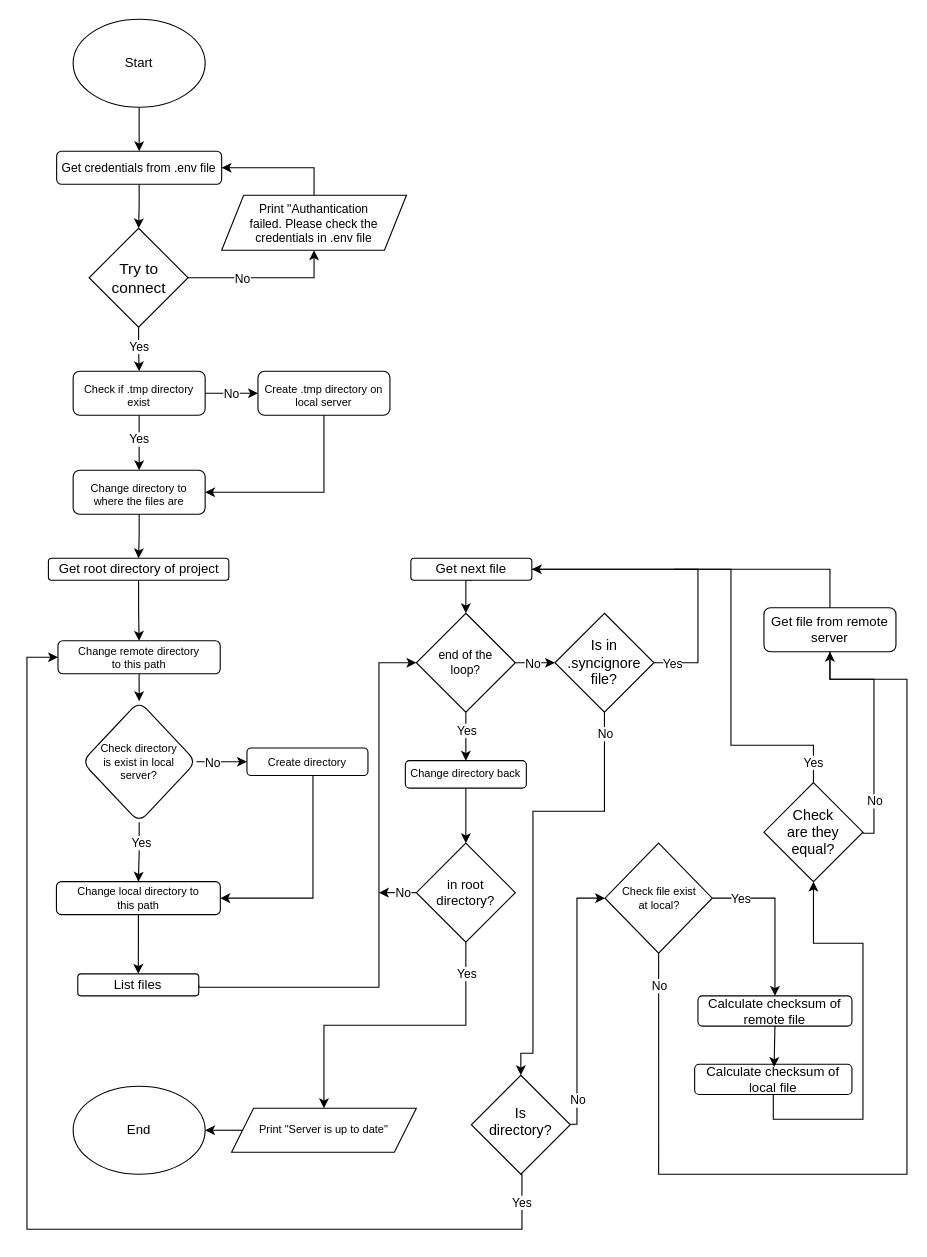
Above: sync.drawio in melihkaragoz/docs (draw.io), before the change. Source tidied: cells renumbered, new cells numbered last; positions are measured from the earlier drawing's top-left corner, leaving out a move shared by most shapes. Both pictures are drawn from the tidied source at 110%, with x=0, y=0 at pixel (26, 19).
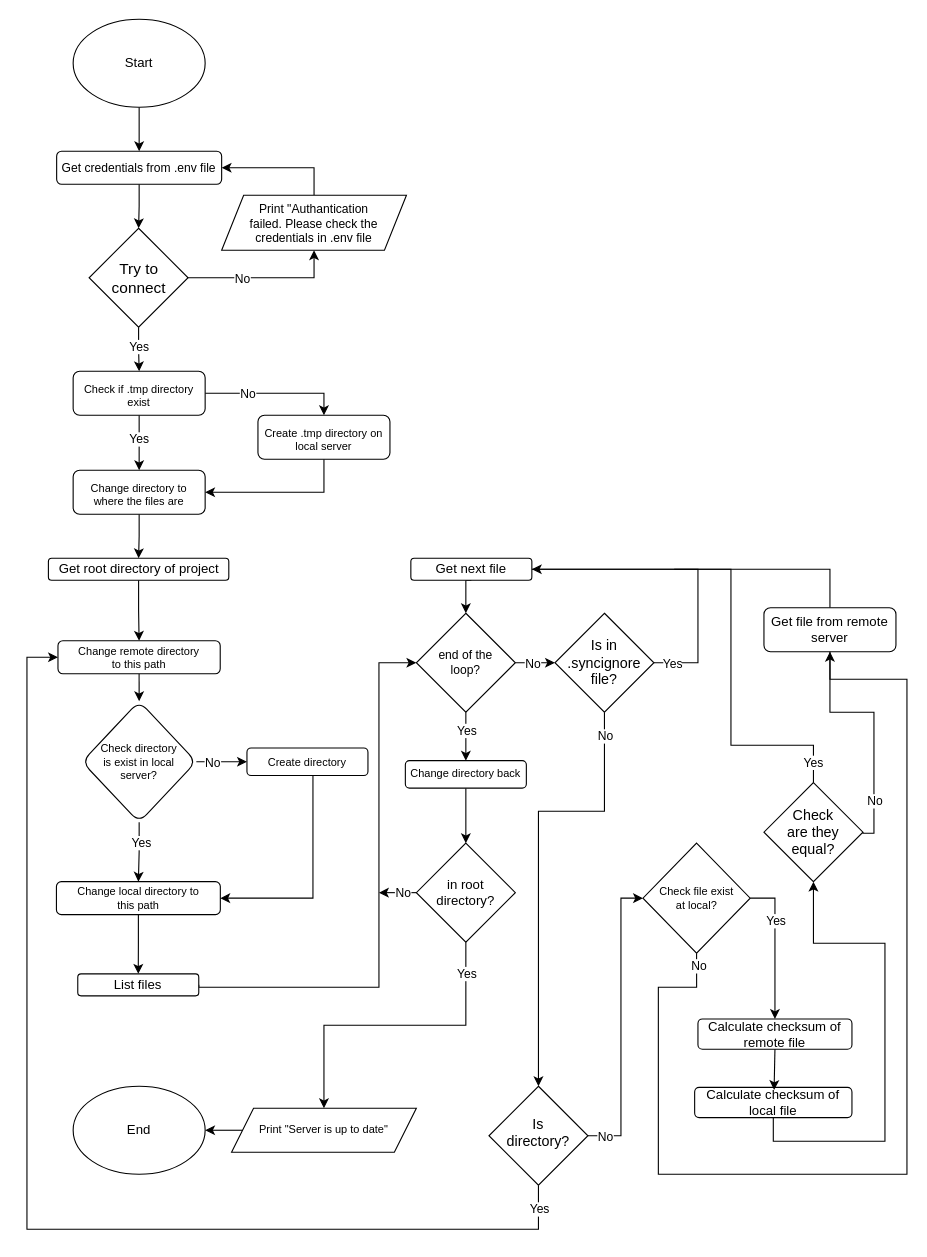
After the change.

The change refers to these unchanged cells:
```xml
<mxCell id="24" value="Get file from remote server" style="rounded=1;whiteSpace=wrap;html=1;fontSize=12;glass=0;strokeWidth=1;shadow=0;rotation=0;" parent="1" vertex="1">
  <mxGeometry x="670" y="535" width="120" height="40" as="geometry" />
</mxCell>
<mxCell id="33" value="Check are they equal?" style="rhombus;whiteSpace=wrap;html=1;fontSize=13;spacing=18;" parent="1" vertex="1">
  <mxGeometry x="670" y="694" width="90" height="90" as="geometry" />
</mxCell>
<mxCell id="34" style="edgeStyle=orthogonalEdgeStyle;rounded=0;jettySize=auto;html=1;exitX=1;exitY=0.5;exitDx=0;exitDy=0;entryX=0.5;entryY=0;entryDx=0;entryDy=0;" parent="1" edge="1" source="38" target="27">
  <mxGeometry relative="1" as="geometry">
    <Array as="points">
      <mxPoint x="680" y="799" />
    </Array>
  </mxGeometry>
</mxCell>
<mxCell id="42" value="Is in .syncignore file?" style="rhombus;whiteSpace=wrap;html=1;fontSize=13;spacing=18;" parent="1" vertex="1">
  <mxGeometry x="480" y="540" width="90" height="90" as="geometry" />
</mxCell>
<mxCell id="47" value="Check if .tmp directory exist" style="rounded=1;whiteSpace=wrap;html=1;fontSize=10;glass=0;strokeWidth=1;shadow=0;spacingTop=4;spacing=5;" parent="1" vertex="1">
  <mxGeometry x="42" y="320" width="120" height="40" as="geometry" />
</mxCell>
<mxCell id="67" value="Change remote directory to this path" style="whiteSpace=wrap;html=1;fontSize=10;rounded=1;glass=0;strokeWidth=1;shadow=0;spacing=15;" parent="1" vertex="1">
  <mxGeometry x="28.2" y="565" width="147.5" height="30" as="geometry" />
</mxCell>
```

What changed in the source:
```diff
@@
     <mxCell id="25" style="edgeStyle=orthogonalEdgeStyle;rounded=0;jettySize=auto;html=1;exitX=0.5;exitY=1;exitDx=0;exitDy=0;entryX=0.5;entryY=0;entryDx=0;entryDy=0;" parent="1" edge="1" source="42" target="54">
       <mxGeometry relative="1" as="geometry">
         <Array as="points">
           <mxPoint x="525" y="720" />
-          <mxPoint x="460" y="720" />
-          <mxPoint x="460" y="940" />
-          <mxPoint x="449" y="940" />
+          <mxPoint x="465" y="720" />
         </Array>
       </mxGeometry>
     </mxCell>
     <mxCell id="26" value="No" style="edgeLabel;html=1;align=center;verticalAlign=middle;" parent="25" vertex="1">
       <mxGeometry x="-0.04" y="2" relative="1" as="geometry">
-        <mxPoint x="63" y="-111" as="offset" />
+        <mxPoint x="58" y="-111" as="offset" />
       </mxGeometry>
     </mxCell>
     <mxCell id="27" value="Calculate checksum of remote file" style="rounded=1;whiteSpace=wrap;html=1;fontSize=12;glass=0;strokeWidth=1;shadow=0;spacing=1;verticalAlign=middle;" parent="1" vertex="1">
-      <mxGeometry x="610" y="887.8" width="140" height="27.5" as="geometry" />
+      <mxGeometry x="610" y="908.8" width="140" height="27.5" as="geometry" />
     </mxCell>
     <mxCell id="28" style="edgeStyle=orthogonalEdgeStyle;rounded=0;jettySize=auto;html=1;entryX=0.5;entryY=1;entryDx=0;entryDy=0;exitX=0.5;exitY=1;exitDx=0;exitDy=0;" parent="1" edge="1" source="39" target="33">
       <mxGeometry relative="1" as="geometry">
         <Array as="points">
-          <mxPoint x="679" y="1000" />
-          <mxPoint x="760" y="1000" />
-          <mxPoint x="760" y="840" />
+          <mxPoint x="679" y="1020" />
+          <mxPoint x="780" y="1020" />
+          <mxPoint x="780" y="840" />
           <mxPoint x="715" y="840" />
         </Array>
       </mxGeometry>
     </mxCell>
@@
     <mxCell id="31" style="edgeStyle=orthogonalEdgeStyle;rounded=0;jettySize=auto;html=1;exitX=1;exitY=0.5;exitDx=0;exitDy=0;entryX=0.5;entryY=1;entryDx=0;entryDy=0;" parent="1" edge="1" source="33" target="24">
       <mxGeometry relative="1" as="geometry">
         <Array as="points">
           <mxPoint x="760" y="740" />
           <mxPoint x="770" y="740" />
-          <mxPoint x="770" y="600" />
-          <mxPoint x="730" y="600" />
+          <mxPoint x="770" y="630" />
+          <mxPoint x="730" y="630" />
         </Array>
       </mxGeometry>
     </mxCell>
@@
     <mxCell id="35" value="Yes" style="edgeLabel;html=1;align=center;verticalAlign=middle;" parent="34" vertex="1">
       <mxGeometry x="-0.27" relative="1" as="geometry">
-        <mxPoint x="-28" as="offset" />
+        <mxPoint y="-5" as="offset" />
       </mxGeometry>
     </mxCell>
     <mxCell id="36" style="edgeStyle=orthogonalEdgeStyle;rounded=0;jettySize=auto;html=1;exitX=0.5;exitY=1;exitDx=0;exitDy=0;endArrow=none;endFill=0;entryX=0.5;entryY=1;entryDx=0;entryDy=0;" parent="1" edge="1" source="38" target="24">
       <mxGeometry relative="1" as="geometry">
         <Array as="points">
+          <mxPoint x="609" y="880" />
+          <mxPoint x="574" y="880" />
           <mxPoint x="574" y="1050" />
           <mxPoint x="800" y="1050" />
           <mxPoint x="800" y="600" />
           <mxPoint x="730" y="600" />
         </Array>
       </mxGeometry>
     </mxCell>
     <mxCell id="37" value="No" style="edgeLabel;html=1;align=center;verticalAlign=middle;rotation=0;" parent="36" vertex="1">
       <mxGeometry x="-0.4" y="1" relative="1" as="geometry">
-        <mxPoint x="-91" y="-171" as="offset" />
+        <mxPoint x="-30" y="-189" as="offset" />
       </mxGeometry>
     </mxCell>
     <mxCell id="38" value="Check file exist at local?" style="rhombus;whiteSpace=wrap;html=1;fontSize=10;spacing=13;" parent="1" vertex="1">
-      <mxGeometry x="525.5" y="749" width="97.5" height="100" as="geometry" />
+      <mxGeometry x="560" y="749" width="97.5" height="100" as="geometry" />
     </mxCell>
     <mxCell id="39" value="Calculate checksum of local file" style="rounded=1;whiteSpace=wrap;html=1;fontSize=12;glass=0;strokeWidth=1;shadow=0;spacing=1;verticalAlign=middle;" parent="1" vertex="1">
-      <mxGeometry x="607" y="950" width="143" height="27.5" as="geometry" />
+      <mxGeometry x="607" y="971" width="143" height="27.5" as="geometry" />
     </mxCell>
@@
-    <mxCell id="43" style="edgeStyle=orthogonalEdgeStyle;rounded=0;jettySize=auto;html=1;exitX=1;exitY=0.5;exitDx=0;exitDy=0;entryX=0;entryY=0.5;entryDx=0;entryDy=0;" parent="1" edge="1" source="47" target="49">
+    <mxCell id="43" style="edgeStyle=orthogonalEdgeStyle;rounded=0;jettySize=auto;html=1;exitX=1;exitY=0.5;exitDx=0;exitDy=0;entryX=0.5;entryY=0;entryDx=0;entryDy=0;" parent="1" edge="1" source="47" target="49">
       <mxGeometry relative="1" as="geometry" />
     </mxCell>
     <mxCell id="44" value="No" style="edgeLabel;html=1;align=center;verticalAlign=middle;" parent="43" vertex="1">
       <mxGeometry x="-0.04" y="-1" relative="1" as="geometry">
-        <mxPoint y="-1" as="offset" />
+        <mxPoint x="-23" y="-1" as="offset" />
       </mxGeometry>
     </mxCell>
@@
     <mxCell id="49" value="Create .tmp directory on local server" style="rounded=1;whiteSpace=wrap;html=1;fontSize=10;glass=0;strokeWidth=1;shadow=0;spacingTop=4;spacing=5;" parent="1" vertex="1">
-      <mxGeometry x="210" y="320" width="120" height="40" as="geometry" />
+      <mxGeometry x="210" y="360" width="120" height="40" as="geometry" />
     </mxCell>
@@
-    <mxCell id="52" style="edgeStyle=orthogonalEdgeStyle;rounded=0;jettySize=auto;html=1;exitX=0.5;exitY=1;exitDx=0;exitDy=0;entryX=0;entryY=0.5;entryDx=0;entryDy=0;" parent="1" edge="1" source="54" target="67">
+    <mxCell id="52" style="edgeStyle=orthogonalEdgeStyle;rounded=0;jettySize=auto;html=1;entryX=0;entryY=0.5;entryDx=0;entryDy=0;exitX=0.5;exitY=1;exitDx=0;exitDy=0;" parent="1" edge="1" source="54" target="67">
       <mxGeometry relative="1" as="geometry">
         <Array as="points">
-          <mxPoint x="450" y="1050" />
-          <mxPoint x="450" y="1100" />
+          <mxPoint x="465" y="1100" />
           <mxPoint y="1100" />
           <mxPoint y="580" />
         </Array>
       </mxGeometry>
     </mxCell>
     <mxCell id="53" value="Yes" style="edgeLabel;html=1;align=center;verticalAlign=middle;" parent="52" vertex="1">
       <mxGeometry x="-0.95" relative="1" as="geometry">
-        <mxPoint x="-1" as="offset" />
+        <mxPoint y="-5" as="offset" />
       </mxGeometry>
     </mxCell>
     <mxCell id="54" value="Is directory?" style="rhombus;whiteSpace=wrap;html=1;fontSize=13;spacing=18;spacingBottom=6;" parent="1" vertex="1">
-      <mxGeometry x="404" y="960" width="90" height="90" as="geometry" />
+      <mxGeometry x="420" y="970" width="90" height="90" as="geometry" />
     </mxCell>
-    <mxCell id="55" style="edgeStyle=orthogonalEdgeStyle;rounded=0;jettySize=auto;html=1;exitX=1;exitY=0.5;exitDx=0;exitDy=0;entryX=0;entryY=0.5;entryDx=0;entryDy=0;" parent="1" edge="1" target="38">
+    <mxCell id="55" style="edgeStyle=orthogonalEdgeStyle;rounded=0;jettySize=auto;html=1;exitX=1;exitY=0.5;exitDx=0;exitDy=0;entryX=0;entryY=0.5;entryDx=0;entryDy=0;" parent="1" edge="1" source="54" target="38">
       <mxGeometry relative="1" as="geometry">
-        <mxPoint x="494" y="1004.5" as="sourcePoint" />
         <Array as="points">
-          <mxPoint x="500" y="1004" />
-          <mxPoint x="500" y="799" />
+          <mxPoint x="540" y="1015" />
+          <mxPoint x="540" y="799" />
         </Array>
       </mxGeometry>
     </mxCell>
     <mxCell id="56" value="No" style="edgeLabel;html=1;align=center;verticalAlign=middle;" parent="55" vertex="1">
       <mxGeometry x="-0.67" y="-1" relative="1" as="geometry">
-        <mxPoint x="-1" y="11" as="offset" />
+        <mxPoint x="-16" y="14" as="offset" />
       </mxGeometry>
     </mxCell>
```
